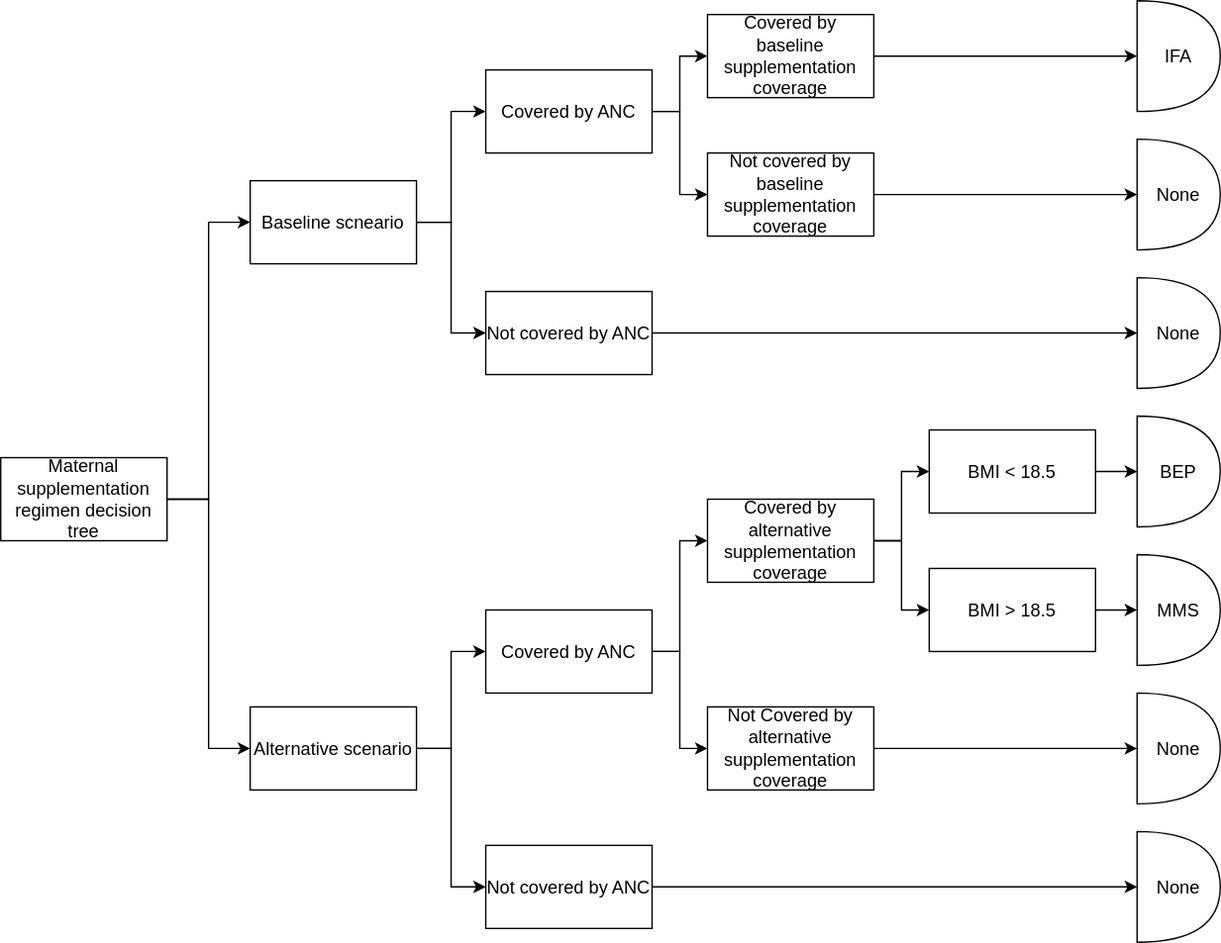
Above: docs/source/intervention_models/maternal_supplementation/coverage_decision_tree.svg in ihmeuw/vivarium_research (draw.io), before the change. Source tidied: cells renumbered, new cells last; positions are measured from the earlier drawing's top-left corner, leaving out a move shared by most shapes. The source it was exported from:
```xml
<mxGraphModel>
  <root>
    <mxCell id="0" />
    <mxCell id="1" parent="0" />
    <mxCell id="2" style="edgeStyle=orthogonalEdgeStyle;rounded=0;jettySize=auto;html=1;entryX=0;entryY=0.5;entryDx=0;entryDy=0;fontSize=13;" parent="1" edge="1" target="9">
      <mxGeometry relative="1" as="geometry">
        <mxPoint x="120" y="360" as="sourcePoint" />
      </mxGeometry>
    </mxCell>
    <mxCell id="3" style="edgeStyle=orthogonalEdgeStyle;rounded=0;jettySize=auto;html=1;entryX=0;entryY=0.5;entryDx=0;entryDy=0;fontSize=13;" parent="1" edge="1" target="6">
      <mxGeometry relative="1" as="geometry">
        <mxPoint x="120" y="360" as="sourcePoint" />
      </mxGeometry>
    </mxCell>
    <mxCell id="4" style="edgeStyle=orthogonalEdgeStyle;rounded=0;jettySize=auto;html=1;entryX=0;entryY=0.5;entryDx=0;entryDy=0;fontSize=13;" parent="1" edge="1" source="6" target="21">
      <mxGeometry relative="1" as="geometry" />
    </mxCell>
    <mxCell id="5" style="edgeStyle=orthogonalEdgeStyle;rounded=0;jettySize=auto;html=1;entryX=0;entryY=0.5;entryDx=0;entryDy=0;fontSize=13;" parent="1" edge="1" source="6" target="23">
      <mxGeometry relative="1" as="geometry" />
    </mxCell>
    <mxCell id="6" value="Alternative scenario" style="rounded=0;whiteSpace=wrap;html=1;fontSize=13;" parent="1" vertex="1">
      <mxGeometry x="180" y="510" width="120" height="60" as="geometry" />
    </mxCell>
    <mxCell id="7" style="edgeStyle=orthogonalEdgeStyle;rounded=0;jettySize=auto;html=1;entryX=0;entryY=0.5;entryDx=0;entryDy=0;fontSize=13;" parent="1" edge="1" source="9" target="12">
      <mxGeometry relative="1" as="geometry" />
    </mxCell>
    <mxCell id="8" style="edgeStyle=orthogonalEdgeStyle;rounded=0;jettySize=auto;html=1;entryX=0;entryY=0.5;entryDx=0;entryDy=0;fontSize=13;" parent="1" edge="1" source="9" target="14">
      <mxGeometry relative="1" as="geometry" />
    </mxCell>
    <mxCell id="9" value="Baseline scneario" style="rounded=0;whiteSpace=wrap;html=1;fontSize=13;" parent="1" vertex="1">
      <mxGeometry x="180" y="130" width="120" height="60" as="geometry" />
    </mxCell>
    <mxCell id="10" style="edgeStyle=orthogonalEdgeStyle;rounded=0;jettySize=auto;html=1;entryX=0;entryY=0.5;entryDx=0;entryDy=0;fontSize=13;" parent="1" edge="1" source="12" target="18">
      <mxGeometry relative="1" as="geometry" />
    </mxCell>
    <mxCell id="11" style="edgeStyle=orthogonalEdgeStyle;rounded=0;jettySize=auto;html=1;entryX=0;entryY=0.5;entryDx=0;entryDy=0;fontSize=13;" parent="1" edge="1" source="12" target="16">
      <mxGeometry relative="1" as="geometry" />
    </mxCell>
    <mxCell id="12" value="Covered by ANC" style="rounded=0;whiteSpace=wrap;html=1;fontSize=13;" parent="1" vertex="1">
      <mxGeometry x="350" y="50" width="120" height="60" as="geometry" />
    </mxCell>
    <mxCell id="13" style="edgeStyle=orthogonalEdgeStyle;rounded=0;jettySize=auto;html=1;entryX=0;entryY=0.5;entryDx=0;entryDy=0;entryPerimeter=0;fontSize=13;" parent="1" edge="1" source="14" target="36">
      <mxGeometry relative="1" as="geometry" />
    </mxCell>
    <mxCell id="14" value="Not covered by ANC" style="rounded=0;whiteSpace=wrap;html=1;fontSize=13;" parent="1" vertex="1">
      <mxGeometry x="350" y="210" width="120" height="60" as="geometry" />
    </mxCell>
    <mxCell id="15" style="edgeStyle=orthogonalEdgeStyle;rounded=0;jettySize=auto;html=1;entryX=0;entryY=0.5;entryDx=0;entryDy=0;entryPerimeter=0;fontSize=13;" parent="1" edge="1" source="16" target="33">
      <mxGeometry relative="1" as="geometry" />
    </mxCell>
    <mxCell id="16" value="Not covered by baseline supplementation coverage" style="rounded=0;whiteSpace=wrap;html=1;fontSize=13;" parent="1" vertex="1">
      <mxGeometry x="510" y="110" width="120" height="60" as="geometry" />
    </mxCell>
    <mxCell id="17" style="edgeStyle=orthogonalEdgeStyle;rounded=0;jettySize=auto;html=1;entryX=0;entryY=0.5;entryDx=0;entryDy=0;entryPerimeter=0;fontSize=13;" parent="1" edge="1" source="18" target="34">
      <mxGeometry relative="1" as="geometry" />
    </mxCell>
    <mxCell id="18" value="Covered by baseline supplementation coverage" style="rounded=0;whiteSpace=wrap;html=1;fontSize=13;" parent="1" vertex="1">
      <mxGeometry x="510" y="10" width="120" height="60" as="geometry" />
    </mxCell>
    <mxCell id="19" style="edgeStyle=orthogonalEdgeStyle;rounded=0;jettySize=auto;html=1;entryX=0;entryY=0.5;entryDx=0;entryDy=0;fontSize=13;" parent="1" edge="1" source="21" target="30">
      <mxGeometry relative="1" as="geometry" />
    </mxCell>
    <mxCell id="20" style="edgeStyle=orthogonalEdgeStyle;rounded=0;jettySize=auto;html=1;entryX=0;entryY=0.5;entryDx=0;entryDy=0;fontSize=13;" parent="1" edge="1" source="21" target="32">
      <mxGeometry relative="1" as="geometry" />
    </mxCell>
    <mxCell id="21" value="Covered by ANC" style="rounded=0;whiteSpace=wrap;html=1;fontSize=13;" parent="1" vertex="1">
      <mxGeometry x="350" y="440" width="120" height="60" as="geometry" />
    </mxCell>
    <mxCell id="22" style="edgeStyle=orthogonalEdgeStyle;rounded=0;jettySize=auto;html=1;entryX=0;entryY=0.5;entryDx=0;entryDy=0;entryPerimeter=0;fontSize=13;" parent="1" edge="1" source="23" target="39">
      <mxGeometry relative="1" as="geometry" />
    </mxCell>
    <mxCell id="23" value="Not covered by ANC" style="rounded=0;whiteSpace=wrap;html=1;fontSize=13;" parent="1" vertex="1">
      <mxGeometry x="350" y="610" width="120" height="60" as="geometry" />
    </mxCell>
    <mxCell id="24" style="edgeStyle=orthogonalEdgeStyle;rounded=0;jettySize=auto;html=1;entryX=0;entryY=0.5;entryDx=0;entryDy=0;entryPerimeter=0;fontSize=13;" parent="1" edge="1" source="25" target="35">
      <mxGeometry relative="1" as="geometry" />
    </mxCell>
    <mxCell id="25" value="BMI &amp;lt; 18.5" style="rounded=0;whiteSpace=wrap;html=1;fontSize=13;" parent="1" vertex="1">
      <mxGeometry x="670" y="310" width="120" height="60" as="geometry" />
    </mxCell>
    <mxCell id="26" style="edgeStyle=orthogonalEdgeStyle;rounded=0;jettySize=auto;html=1;entryX=0;entryY=0.5;entryDx=0;entryDy=0;entryPerimeter=0;fontSize=13;" parent="1" edge="1" source="27" target="37">
      <mxGeometry relative="1" as="geometry" />
    </mxCell>
    <mxCell id="27" value="BMI &amp;gt; 18.5" style="rounded=0;whiteSpace=wrap;html=1;fontSize=13;" parent="1" vertex="1">
      <mxGeometry x="670" y="410" width="120" height="60" as="geometry" />
    </mxCell>
    <mxCell id="28" style="edgeStyle=orthogonalEdgeStyle;rounded=0;jettySize=auto;html=1;entryX=0;entryY=0.5;entryDx=0;entryDy=0;fontSize=13;" parent="1" edge="1" source="30" target="25">
      <mxGeometry relative="1" as="geometry" />
    </mxCell>
    <mxCell id="29" style="edgeStyle=orthogonalEdgeStyle;rounded=0;jettySize=auto;html=1;entryX=0;entryY=0.5;entryDx=0;entryDy=0;fontSize=13;" parent="1" edge="1" source="30" target="27">
      <mxGeometry relative="1" as="geometry" />
    </mxCell>
    <mxCell id="30" value="Covered by alternative supplementation coverage" style="rounded=0;whiteSpace=wrap;html=1;fontSize=13;" parent="1" vertex="1">
      <mxGeometry x="510" y="360" width="120" height="60" as="geometry" />
    </mxCell>
    <mxCell id="31" style="edgeStyle=orthogonalEdgeStyle;rounded=0;jettySize=auto;html=1;fontSize=13;" parent="1" edge="1" source="32" target="38">
      <mxGeometry relative="1" as="geometry" />
    </mxCell>
    <mxCell id="32" value="Not Covered by alternative supplementation coverage" style="rounded=0;whiteSpace=wrap;html=1;fontSize=13;" parent="1" vertex="1">
      <mxGeometry x="510" y="510" width="120" height="60" as="geometry" />
    </mxCell>
    <mxCell id="33" value="None" style="shape=or;whiteSpace=wrap;html=1;fontSize=13;" parent="1" vertex="1">
      <mxGeometry x="820" y="100" width="60" height="80" as="geometry" />
    </mxCell>
    <mxCell id="34" value="IFA" style="shape=or;whiteSpace=wrap;html=1;fontSize=13;" parent="1" vertex="1">
      <mxGeometry x="820" width="60" height="80" as="geometry" />
    </mxCell>
    <mxCell id="35" value="BEP" style="shape=or;whiteSpace=wrap;html=1;fontSize=13;" parent="1" vertex="1">
      <mxGeometry x="820" y="300" width="60" height="80" as="geometry" />
    </mxCell>
    <mxCell id="36" value="None" style="shape=or;whiteSpace=wrap;html=1;fontSize=13;" parent="1" vertex="1">
      <mxGeometry x="820" y="200" width="60" height="80" as="geometry" />
    </mxCell>
    <mxCell id="37" value="MMS" style="shape=or;whiteSpace=wrap;html=1;fontSize=13;" parent="1" vertex="1">
      <mxGeometry x="820" y="400" width="60" height="80" as="geometry" />
    </mxCell>
    <mxCell id="38" value="None" style="shape=or;whiteSpace=wrap;html=1;fontSize=13;" parent="1" vertex="1">
      <mxGeometry x="820" y="500" width="60" height="80" as="geometry" />
    </mxCell>
    <mxCell id="39" value="None" style="shape=or;whiteSpace=wrap;html=1;fontSize=13;" parent="1" vertex="1">
      <mxGeometry x="820" y="600" width="60" height="80" as="geometry" />
    </mxCell>
    <mxCell id="40" value="Maternal supplementation regimen decision tree" style="rounded=0;whiteSpace=wrap;html=1;fontSize=13;" parent="1" vertex="1">
      <mxGeometry y="330" width="120" height="60" as="geometry" />
    </mxCell>
  </root>
</mxGraphModel>
```
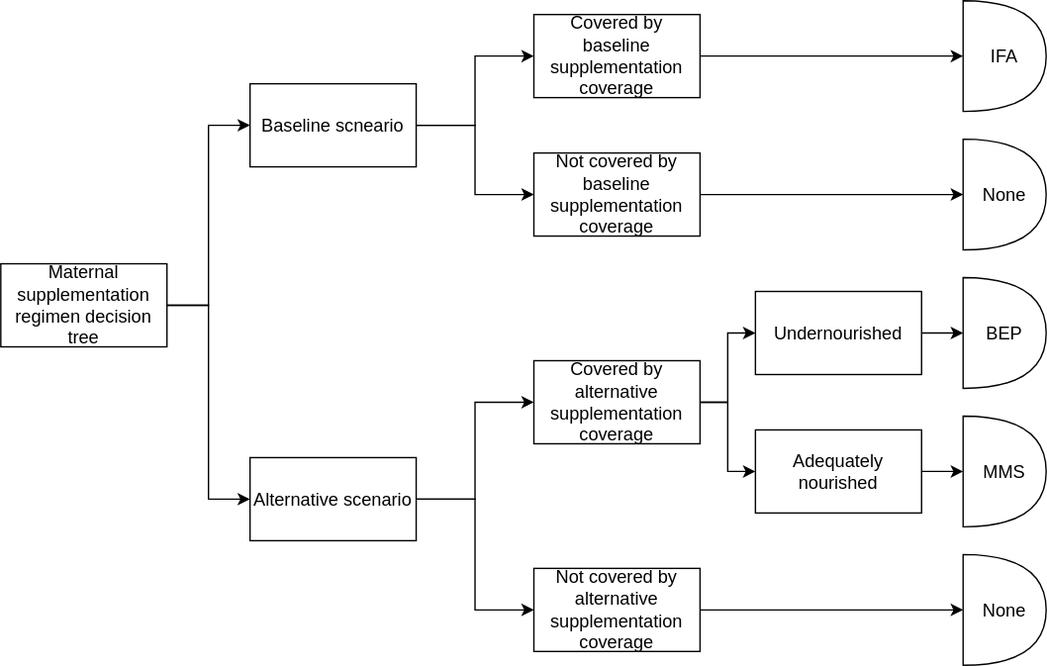
Later version of the same file.

Commit message:
change baseline coverage to any iron, link x-factor

Change to the diagram source:
```diff
@@ -2,87 +2,47 @@
   <root>
     <mxCell id="0" />
     <mxCell id="1" parent="0" />
-    <mxCell id="2" style="edgeStyle=orthogonalEdgeStyle;rounded=0;jettySize=auto;html=1;entryX=0;entryY=0.5;entryDx=0;entryDy=0;fontSize=13;" parent="1" edge="1" target="9">
-      <mxGeometry relative="1" as="geometry">
-        <mxPoint x="120" y="360" as="sourcePoint" />
-      </mxGeometry>
-    </mxCell>
-    <mxCell id="3" style="edgeStyle=orthogonalEdgeStyle;rounded=0;jettySize=auto;html=1;entryX=0;entryY=0.5;entryDx=0;entryDy=0;fontSize=13;" parent="1" edge="1" target="6">
-      <mxGeometry relative="1" as="geometry">
-        <mxPoint x="120" y="360" as="sourcePoint" />
-      </mxGeometry>
-    </mxCell>
-    <mxCell id="4" style="edgeStyle=orthogonalEdgeStyle;rounded=0;jettySize=auto;html=1;entryX=0;entryY=0.5;entryDx=0;entryDy=0;fontSize=13;" parent="1" edge="1" source="6" target="21">
-      <mxGeometry relative="1" as="geometry" />
-    </mxCell>
-    <mxCell id="5" style="edgeStyle=orthogonalEdgeStyle;rounded=0;jettySize=auto;html=1;entryX=0;entryY=0.5;entryDx=0;entryDy=0;fontSize=13;" parent="1" edge="1" source="6" target="23">
-      <mxGeometry relative="1" as="geometry" />
-    </mxCell>
+    <mxCell id="41" style="edgeStyle=orthogonalEdgeStyle;rounded=0;jettySize=auto;html=1;entryX=0;entryY=0.5;entryDx=0;entryDy=0;" parent="1" edge="1" source="6" target="30">
+      <mxGeometry relative="1" as="geometry" />
+    </mxCell>
+    <mxCell id="42" style="edgeStyle=orthogonalEdgeStyle;rounded=0;jettySize=auto;html=1;entryX=0;entryY=0.5;entryDx=0;entryDy=0;" parent="1" edge="1" source="6" target="32">
+      <mxGeometry relative="1" as="geometry" />
+    </mxCell>
     <mxCell id="6" value="Alternative scenario" style="rounded=0;whiteSpace=wrap;html=1;fontSize=13;" parent="1" vertex="1">
       <mxGeometry x="180" y="510" width="120" height="60" as="geometry" />
     </mxCell>
-    <mxCell id="7" style="edgeStyle=orthogonalEdgeStyle;rounded=0;jettySize=auto;html=1;entryX=0;entryY=0.5;entryDx=0;entryDy=0;fontSize=13;" parent="1" edge="1" source="9" target="12">
-      <mxGeometry relative="1" as="geometry" />
-    </mxCell>
-    <mxCell id="8" style="edgeStyle=orthogonalEdgeStyle;rounded=0;jettySize=auto;html=1;entryX=0;entryY=0.5;entryDx=0;entryDy=0;fontSize=13;" parent="1" edge="1" source="9" target="14">
-      <mxGeometry relative="1" as="geometry" />
-    </mxCell>
+    <mxCell id="43" style="edgeStyle=orthogonalEdgeStyle;rounded=0;jettySize=auto;html=1;exitX=1;exitY=0.5;exitDx=0;exitDy=0;entryX=0;entryY=0.5;entryDx=0;entryDy=0;" parent="1" edge="1" source="9" target="18">
+      <mxGeometry relative="1" as="geometry" />
+    </mxCell>
+    <mxCell id="44" style="edgeStyle=orthogonalEdgeStyle;rounded=0;jettySize=auto;html=1;entryX=0;entryY=0.5;entryDx=0;entryDy=0;" parent="1" edge="1" source="9" target="16">
+      <mxGeometry relative="1" as="geometry" />
+    </mxCell>
     <mxCell id="9" value="Baseline scneario" style="rounded=0;whiteSpace=wrap;html=1;fontSize=13;" parent="1" vertex="1">
-      <mxGeometry x="180" y="130" width="120" height="60" as="geometry" />
+      <mxGeometry x="180" y="240" width="120" height="60" as="geometry" />
     </mxCell>
-    <mxCell id="10" style="edgeStyle=orthogonalEdgeStyle;rounded=0;jettySize=auto;html=1;entryX=0;entryY=0.5;entryDx=0;entryDy=0;fontSize=13;" parent="1" edge="1" source="12" target="18">
-      <mxGeometry relative="1" as="geometry" />
-    </mxCell>
-    <mxCell id="11" style="edgeStyle=orthogonalEdgeStyle;rounded=0;jettySize=auto;html=1;entryX=0;entryY=0.5;entryDx=0;entryDy=0;fontSize=13;" parent="1" edge="1" source="12" target="16">
-      <mxGeometry relative="1" as="geometry" />
-    </mxCell>
-    <mxCell id="12" value="Covered by ANC" style="rounded=0;whiteSpace=wrap;html=1;fontSize=13;" parent="1" vertex="1">
-      <mxGeometry x="350" y="50" width="120" height="60" as="geometry" />
-    </mxCell>
-    <mxCell id="13" style="edgeStyle=orthogonalEdgeStyle;rounded=0;jettySize=auto;html=1;entryX=0;entryY=0.5;entryDx=0;entryDy=0;entryPerimeter=0;fontSize=13;" parent="1" edge="1" source="14" target="36">
-      <mxGeometry relative="1" as="geometry" />
-    </mxCell>
-    <mxCell id="14" value="Not covered by ANC" style="rounded=0;whiteSpace=wrap;html=1;fontSize=13;" parent="1" vertex="1">
-      <mxGeometry x="350" y="210" width="120" height="60" as="geometry" />
-    </mxCell>
     <mxCell id="15" style="edgeStyle=orthogonalEdgeStyle;rounded=0;jettySize=auto;html=1;entryX=0;entryY=0.5;entryDx=0;entryDy=0;entryPerimeter=0;fontSize=13;" parent="1" edge="1" source="16" target="33">
       <mxGeometry relative="1" as="geometry" />
     </mxCell>
     <mxCell id="16" value="Not covered by baseline supplementation coverage" style="rounded=0;whiteSpace=wrap;html=1;fontSize=13;" parent="1" vertex="1">
-      <mxGeometry x="510" y="110" width="120" height="60" as="geometry" />
+      <mxGeometry x="385" y="290" width="120" height="60" as="geometry" />
     </mxCell>
     <mxCell id="17" style="edgeStyle=orthogonalEdgeStyle;rounded=0;jettySize=auto;html=1;entryX=0;entryY=0.5;entryDx=0;entryDy=0;entryPerimeter=0;fontSize=13;" parent="1" edge="1" source="18" target="34">
       <mxGeometry relative="1" as="geometry" />
     </mxCell>
     <mxCell id="18" value="Covered by baseline supplementation coverage" style="rounded=0;whiteSpace=wrap;html=1;fontSize=13;" parent="1" vertex="1">
-      <mxGeometry x="510" y="10" width="120" height="60" as="geometry" />
+      <mxGeometry x="385" y="190" width="120" height="60" as="geometry" />
     </mxCell>
-    <mxCell id="19" style="edgeStyle=orthogonalEdgeStyle;rounded=0;jettySize=auto;html=1;entryX=0;entryY=0.5;entryDx=0;entryDy=0;fontSize=13;" parent="1" edge="1" source="21" target="30">
-      <mxGeometry relative="1" as="geometry" />
-    </mxCell>
-    <mxCell id="20" style="edgeStyle=orthogonalEdgeStyle;rounded=0;jettySize=auto;html=1;entryX=0;entryY=0.5;entryDx=0;entryDy=0;fontSize=13;" parent="1" edge="1" source="21" target="32">
-      <mxGeometry relative="1" as="geometry" />
-    </mxCell>
-    <mxCell id="21" value="Covered by ANC" style="rounded=0;whiteSpace=wrap;html=1;fontSize=13;" parent="1" vertex="1">
-      <mxGeometry x="350" y="440" width="120" height="60" as="geometry" />
-    </mxCell>
-    <mxCell id="22" style="edgeStyle=orthogonalEdgeStyle;rounded=0;jettySize=auto;html=1;entryX=0;entryY=0.5;entryDx=0;entryDy=0;entryPerimeter=0;fontSize=13;" parent="1" edge="1" source="23" target="39">
-      <mxGeometry relative="1" as="geometry" />
-    </mxCell>
-    <mxCell id="23" value="Not covered by ANC" style="rounded=0;whiteSpace=wrap;html=1;fontSize=13;" parent="1" vertex="1">
-      <mxGeometry x="350" y="610" width="120" height="60" as="geometry" />
-    </mxCell>
     <mxCell id="24" style="edgeStyle=orthogonalEdgeStyle;rounded=0;jettySize=auto;html=1;entryX=0;entryY=0.5;entryDx=0;entryDy=0;entryPerimeter=0;fontSize=13;" parent="1" edge="1" source="25" target="35">
       <mxGeometry relative="1" as="geometry" />
     </mxCell>
-    <mxCell id="25" value="BMI &amp;lt; 18.5" style="rounded=0;whiteSpace=wrap;html=1;fontSize=13;" parent="1" vertex="1">
-      <mxGeometry x="670" y="310" width="120" height="60" as="geometry" />
+    <mxCell id="25" value="Undernourished" style="rounded=0;whiteSpace=wrap;html=1;fontSize=13;" parent="1" vertex="1">
+      <mxGeometry x="545" y="390" width="120" height="60" as="geometry" />
     </mxCell>
     <mxCell id="26" style="edgeStyle=orthogonalEdgeStyle;rounded=0;jettySize=auto;html=1;entryX=0;entryY=0.5;entryDx=0;entryDy=0;entryPerimeter=0;fontSize=13;" parent="1" edge="1" source="27" target="37">
       <mxGeometry relative="1" as="geometry" />
     </mxCell>
-    <mxCell id="27" value="BMI &amp;gt; 18.5" style="rounded=0;whiteSpace=wrap;html=1;fontSize=13;" parent="1" vertex="1">
-      <mxGeometry x="670" y="410" width="120" height="60" as="geometry" />
+    <mxCell id="27" value="Adequately nourished" style="rounded=0;whiteSpace=wrap;html=1;fontSize=13;" parent="1" vertex="1">
+      <mxGeometry x="545" y="490" width="120" height="60" as="geometry" />
     </mxCell>
     <mxCell id="28" style="edgeStyle=orthogonalEdgeStyle;rounded=0;jettySize=auto;html=1;entryX=0;entryY=0.5;entryDx=0;entryDy=0;fontSize=13;" parent="1" edge="1" source="30" target="25">
       <mxGeometry relative="1" as="geometry" />
@@ -91,37 +51,37 @@
       <mxGeometry relative="1" as="geometry" />
     </mxCell>
     <mxCell id="30" value="Covered by alternative supplementation coverage" style="rounded=0;whiteSpace=wrap;html=1;fontSize=13;" parent="1" vertex="1">
-      <mxGeometry x="510" y="360" width="120" height="60" as="geometry" />
+      <mxGeometry x="385" y="440" width="120" height="60" as="geometry" />
     </mxCell>
     <mxCell id="31" style="edgeStyle=orthogonalEdgeStyle;rounded=0;jettySize=auto;html=1;fontSize=13;" parent="1" edge="1" source="32" target="38">
       <mxGeometry relative="1" as="geometry" />
     </mxCell>
-    <mxCell id="32" value="Not Covered by alternative supplementation coverage" style="rounded=0;whiteSpace=wrap;html=1;fontSize=13;" parent="1" vertex="1">
-      <mxGeometry x="510" y="510" width="120" height="60" as="geometry" />
+    <mxCell id="32" value="Not covered by alternative supplementation coverage" style="rounded=0;whiteSpace=wrap;html=1;fontSize=13;" parent="1" vertex="1">
+      <mxGeometry x="385" y="590" width="120" height="60" as="geometry" />
     </mxCell>
     <mxCell id="33" value="None" style="shape=or;whiteSpace=wrap;html=1;fontSize=13;" parent="1" vertex="1">
-      <mxGeometry x="820" y="100" width="60" height="80" as="geometry" />
+      <mxGeometry x="695" y="280" width="60" height="80" as="geometry" />
     </mxCell>
     <mxCell id="34" value="IFA" style="shape=or;whiteSpace=wrap;html=1;fontSize=13;" parent="1" vertex="1">
-      <mxGeometry x="820" width="60" height="80" as="geometry" />
+      <mxGeometry x="695" y="180" width="60" height="80" as="geometry" />
     </mxCell>
     <mxCell id="35" value="BEP" style="shape=or;whiteSpace=wrap;html=1;fontSize=13;" parent="1" vertex="1">
-      <mxGeometry x="820" y="300" width="60" height="80" as="geometry" />
+      <mxGeometry x="695" y="380" width="60" height="80" as="geometry" />
     </mxCell>
-    <mxCell id="36" value="None" style="shape=or;whiteSpace=wrap;html=1;fontSize=13;" parent="1" vertex="1">
-      <mxGeometry x="820" y="200" width="60" height="80" as="geometry" />
-    </mxCell>
     <mxCell id="37" value="MMS" style="shape=or;whiteSpace=wrap;html=1;fontSize=13;" parent="1" vertex="1">
-      <mxGeometry x="820" y="400" width="60" height="80" as="geometry" />
+      <mxGeometry x="695" y="480" width="60" height="80" as="geometry" />
     </mxCell>
     <mxCell id="38" value="None" style="shape=or;whiteSpace=wrap;html=1;fontSize=13;" parent="1" vertex="1">
-      <mxGeometry x="820" y="500" width="60" height="80" as="geometry" />
+      <mxGeometry x="695" y="580" width="60" height="80" as="geometry" />
     </mxCell>
-    <mxCell id="39" value="None" style="shape=or;whiteSpace=wrap;html=1;fontSize=13;" parent="1" vertex="1">
-      <mxGeometry x="820" y="600" width="60" height="80" as="geometry" />
-    </mxCell>
+    <mxCell id="45" style="edgeStyle=orthogonalEdgeStyle;rounded=0;jettySize=auto;html=1;entryX=0;entryY=0.5;entryDx=0;entryDy=0;" parent="1" edge="1" source="40" target="9">
+      <mxGeometry relative="1" as="geometry" />
+    </mxCell>
+    <mxCell id="46" style="edgeStyle=orthogonalEdgeStyle;rounded=0;jettySize=auto;html=1;entryX=0;entryY=0.5;entryDx=0;entryDy=0;" parent="1" edge="1" source="40" target="6">
+      <mxGeometry relative="1" as="geometry" />
+    </mxCell>
     <mxCell id="40" value="Maternal supplementation regimen decision tree" style="rounded=0;whiteSpace=wrap;html=1;fontSize=13;" parent="1" vertex="1">
-      <mxGeometry y="330" width="120" height="60" as="geometry" />
+      <mxGeometry y="370" width="120" height="60" as="geometry" />
     </mxCell>
   </root>
 </mxGraphModel>
```
